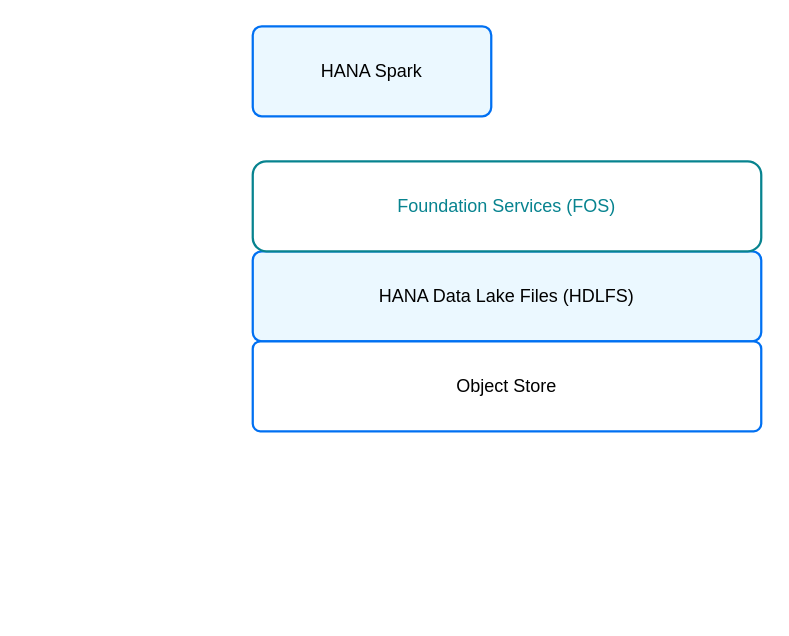
Above: FOS.drawio in ihenry/draw-io (draw.io), before the change. Source tidied: cells renumbered, new cells numbered last; positions are measured from the earlier drawing's top-left corner, leaving out a move shared by most shapes. Both pictures are drawn from the tidied source at 150%, with x=0, y=0 at pixel (252, 26).
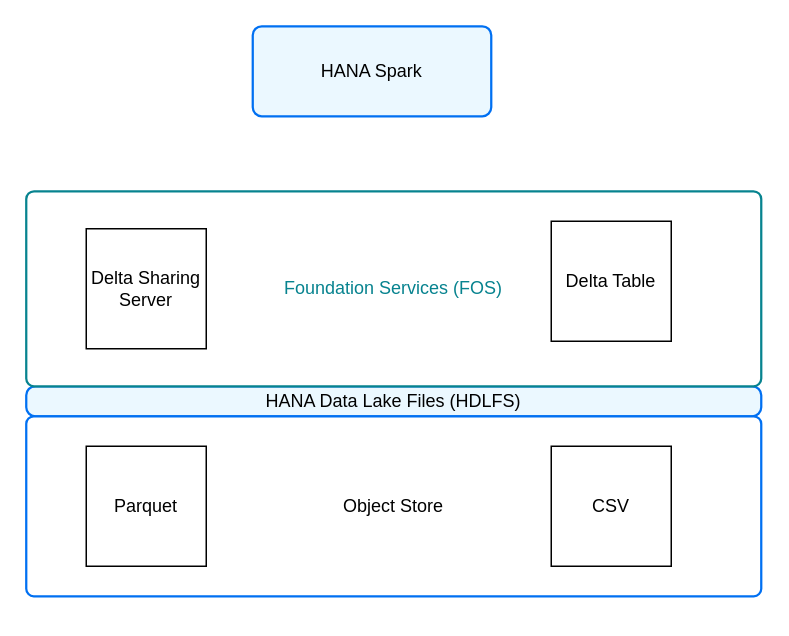
The same diagram, later.

Change to the diagram source:
```diff
@@
 <mxGraphModel>
   <root>
     <mxCell id="0" />
     <mxCell id="1" parent="0" />
     <mxCell id="2" value="HANA Data Lake Files (HDLFS)" style="rounded=1;whiteSpace=wrap;html=1;strokeColor=#0070F2;fillColor=#EBF8FF;arcSize=12;absoluteArcSize=1;imageWidth=64;imageHeight=64;strokeWidth=1.5;" parent="1" vertex="1">
-      <mxGeometry y="150" width="339" height="60" as="geometry" />
+      <mxGeometry x="-151" y="240" width="490" height="20" as="geometry" />
     </mxCell>
     <mxCell id="3" value="Object Store" style="rounded=1;whiteSpace=wrap;html=1;strokeColor=#0070F2;strokeWidth=1.5;arcSize=10;fillColor=#FFFFFF;perimeterSpacing=0;absoluteArcSize=1;" parent="1" vertex="1">
-      <mxGeometry y="210" width="339" height="60" as="geometry" />
+      <mxGeometry x="-151" y="260" width="490" height="120" as="geometry" />
     </mxCell>
-    <mxCell id="4" value="&lt;span style=&quot;font-weight: normal;&quot;&gt;Foundation Services (FOS)&lt;/span&gt;" style="rounded=1;whiteSpace=wrap;html=1;strokeWidth=1.5;strokeColor=#07838F;fontColor=#07838F;fontStyle=1;" parent="1" vertex="1">
-      <mxGeometry y="90" width="339" height="60" as="geometry" />
+    <mxCell id="4" value="&lt;span style=&quot;font-weight: normal;&quot;&gt;Foundation Services (FOS)&lt;/span&gt;" style="rounded=1;whiteSpace=wrap;html=1;strokeWidth=1.5;strokeColor=#07838F;fontColor=#07838F;fontStyle=1;arcSize=4;" parent="1" vertex="1">
+      <mxGeometry x="-151" y="110" width="490" height="130" as="geometry" />
     </mxCell>
     <mxCell id="5" value="HANA Spark" style="rounded=1;whiteSpace=wrap;html=1;strokeColor=#0070F2;fillColor=#EBF8FF;arcSize=12;absoluteArcSize=1;imageWidth=64;imageHeight=64;strokeWidth=1.5;" parent="1" vertex="1">
       <mxGeometry width="159" height="60" as="geometry" />
     </mxCell>
+    <mxCell id="6" value="&lt;div&gt;Delta Sharing&lt;/div&gt;&lt;div&gt;Server&lt;/div&gt;" style="whiteSpace=wrap;html=1;" parent="1" vertex="1">
+      <mxGeometry x="-111" y="135" width="80" height="80" as="geometry" />
+    </mxCell>
+    <mxCell id="7" style="edgeStyle=orthogonalEdgeStyle;rounded=0;orthogonalLoop=1;jettySize=auto;html=1;exitX=0.5;exitY=1;exitDx=0;exitDy=0;" parent="1" edge="1" source="3" target="3">
+      <mxGeometry relative="1" as="geometry" />
+    </mxCell>
+    <mxCell id="8" value="&lt;div&gt;Parquet&lt;/div&gt;" style="whiteSpace=wrap;html=1;" parent="1" vertex="1">
+      <mxGeometry x="-111" y="280" width="80" height="80" as="geometry" />
+    </mxCell>
+    <mxCell id="9" value="&lt;div&gt;CSV&lt;/div&gt;" style="whiteSpace=wrap;html=1;" parent="1" vertex="1">
+      <mxGeometry x="199" y="280" width="80" height="80" as="geometry" />
+    </mxCell>
+    <mxCell id="10" value="&lt;div&gt;Delta Table&lt;/div&gt;" style="whiteSpace=wrap;html=1;" parent="1" vertex="1">
+      <mxGeometry x="199" y="130" width="80" height="80" as="geometry" />
+    </mxCell>
   </root>
 </mxGraphModel>
```
